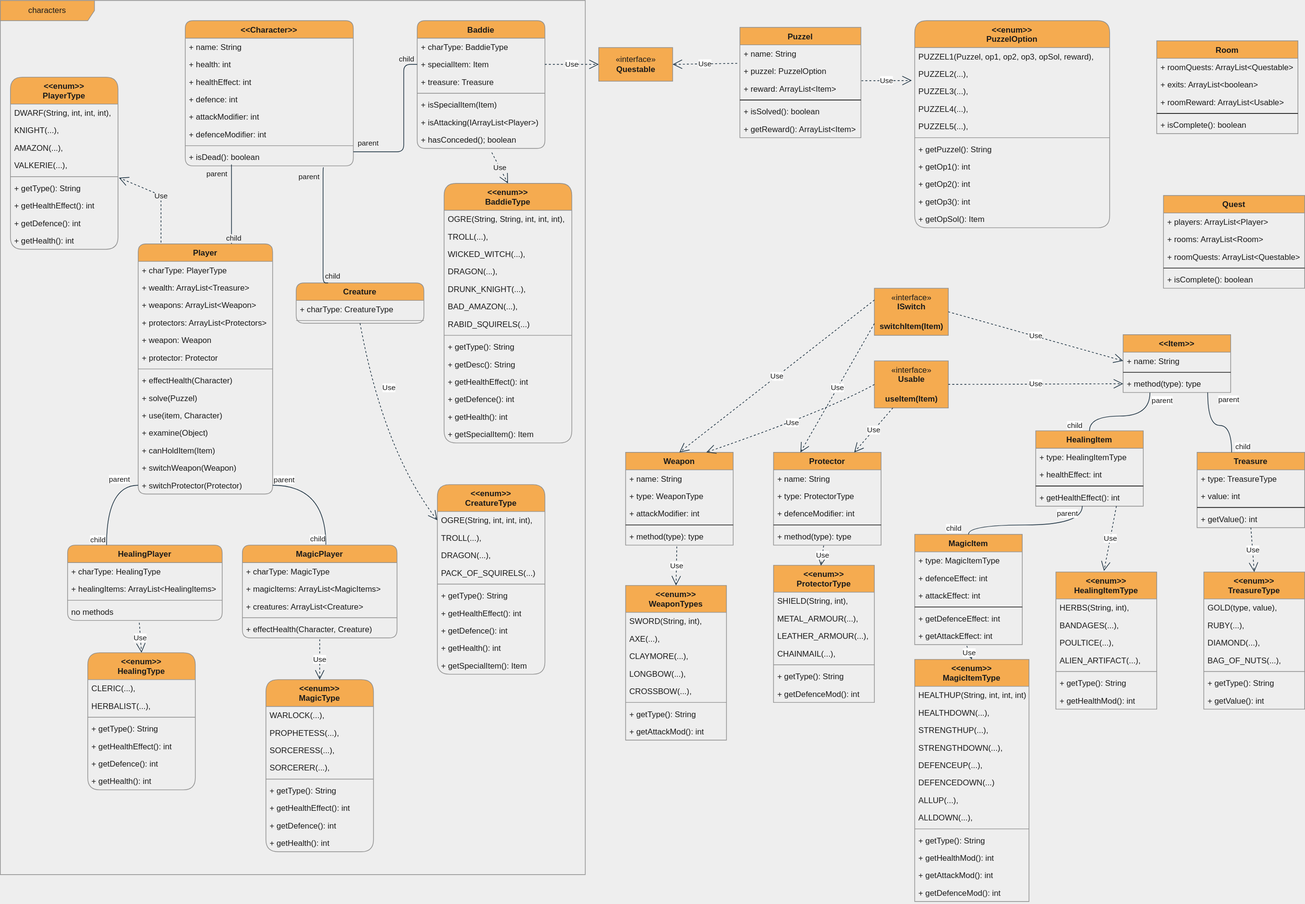
This is Code Quest - Class Diagram.svg from Peetfire/W12_D3_Code_Quest, a draw.io export, as it was before one commit. Source tidied: cells renumbered, new cells last; positions are measured from the earlier drawing's top-left corner, leaving out a move shared by most shapes.
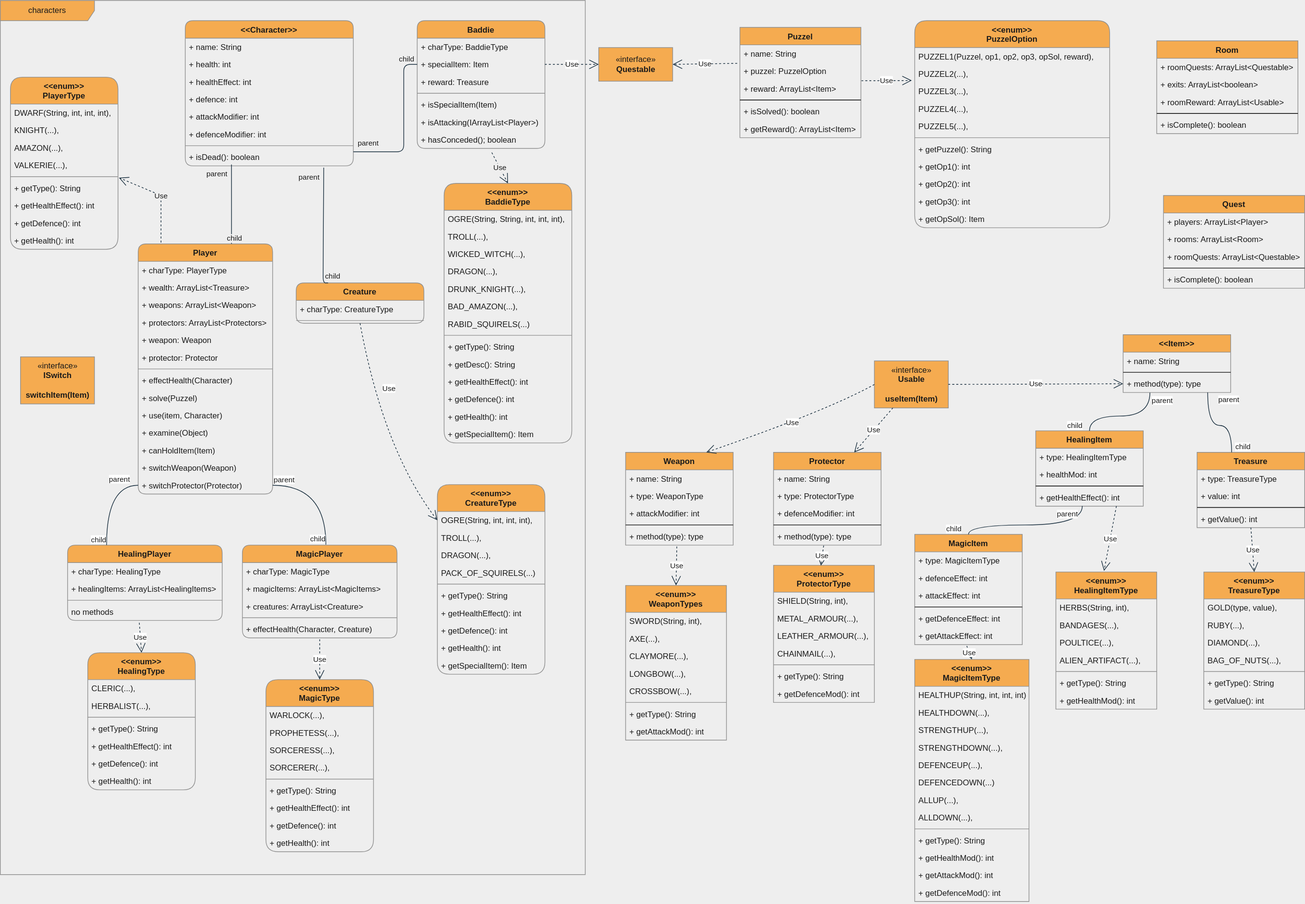
The same file after the commit.

Diff of the diagram source:
```diff
@@ -59,7 +59,7 @@
     <mxCell id="20" value="+ specialItem: Item" style="text;strokeColor=none;fillColor=none;align=left;verticalAlign=top;spacingLeft=4;spacingRight=4;overflow=hidden;points=[[0,0.5],[1,0.5]];portConstraint=eastwest;rounded=1;fontColor=#1A1A1A;" parent="18" vertex="1">
       <mxGeometry y="52" width="190" height="26" as="geometry" />
     </mxCell>
-    <mxCell id="21" value="+ treasure: Treasure" style="text;strokeColor=none;fillColor=none;align=left;verticalAlign=top;spacingLeft=4;spacingRight=4;overflow=hidden;rounded=1;fontColor=#1A1A1A;" parent="18" vertex="1">
+    <mxCell id="21" value="+ reward: Treasure" style="text;strokeColor=none;fillColor=none;align=left;verticalAlign=top;spacingLeft=4;spacingRight=4;overflow=hidden;rounded=1;fontColor=#1A1A1A;" parent="18" vertex="1">
       <mxGeometry y="78" width="190" height="26" as="geometry" />
     </mxCell>
     <mxCell id="22" style="line;strokeWidth=1;fillColor=none;align=left;verticalAlign=middle;spacingTop=-1;spacingLeft=3;spacingRight=3;labelPosition=right;rounded=1;labelBackgroundColor=#EEEEEE;strokeColor=#909090;fontColor=#1A1A1A;" parent="18" vertex="1">
@@ -401,7 +401,7 @@
     <mxCell id="118" value="+ type: HealingItemType" style="text;strokeColor=none;fillColor=none;align=left;verticalAlign=top;spacingLeft=4;spacingRight=4;overflow=hidden;rounded=0;sketch=0;fontColor=#1A1A1A;" parent="117" vertex="1">
       <mxGeometry y="26" width="160" height="26" as="geometry" />
     </mxCell>
-    <mxCell id="119" value="+ healthEffect: int" style="text;strokeColor=none;fillColor=none;align=left;verticalAlign=top;spacingLeft=4;spacingRight=4;overflow=hidden;rounded=0;sketch=0;fontColor=#1A1A1A;" parent="117" vertex="1">
+    <mxCell id="119" value="+ healthMod: int" style="text;strokeColor=none;fillColor=none;align=left;verticalAlign=top;spacingLeft=4;spacingRight=4;overflow=hidden;rounded=0;sketch=0;fontColor=#1A1A1A;" parent="117" vertex="1">
       <mxGeometry y="52" width="160" height="26" as="geometry" />
     </mxCell>
     <mxCell id="120" style="line;strokeWidth=1;fillColor=none;align=left;verticalAlign=middle;spacingTop=-1;spacingLeft=3;spacingRight=3;labelPosition=right;rounded=0;sketch=0;fontColor=#1A1A1A;" parent="117" vertex="1">
@@ -541,7 +541,7 @@
       </mxGeometry>
     </mxCell>
     <mxCell id="156" value="«interface»&lt;br&gt;&lt;b&gt;ISwitch&lt;br&gt;&lt;br&gt;switchItem(Item)&lt;br&gt;&lt;/b&gt;" style="html=1;rounded=0;sketch=0;fontColor=#1A1A1A;strokeColor=#909090;fillColor=#F5AB50;" parent="1" vertex="1">
-      <mxGeometry x="1300" y="428" width="110" height="70" as="geometry" />
+      <mxGeometry x="30" y="530" width="110" height="70" as="geometry" />
     </mxCell>
     <mxCell id="157" value="Weapon" style="swimlane;fontStyle=1;align=center;verticalAlign=top;horizontal=1;startSize=26;rounded=0;sketch=0;fontColor=#1A1A1A;strokeColor=#909090;fillColor=#F5AB50;" parent="1" vertex="1">
       <mxGeometry x="930" y="672" width="160" height="138" as="geometry" />
@@ -642,12 +642,6 @@
     <mxCell id="189" value="+ getAttackMod(): int" style="text;strokeColor=none;fillColor=none;align=left;verticalAlign=top;spacingLeft=4;spacingRight=4;overflow=hidden;rounded=1;fontColor=#1A1A1A;" parent="181" vertex="1">
       <mxGeometry y="204" width="150" height="26" as="geometry" />
     </mxCell>
-    <mxCell id="190" value="Use" style="endArrow=open;endSize=12;dashed=1;html=1;rounded=1;sketch=0;fontColor=#1A1A1A;strokeColor=#182E3E;curved=1;exitX=0;exitY=0.75;exitDx=0;exitDy=0;entryX=0.25;entryY=0;entryDx=0;entryDy=0;" parent="1" edge="1" source="156" target="163">
-      <mxGeometry relative="1" as="geometry" />
-    </mxCell>
-    <mxCell id="191" value="Use" style="endArrow=open;endSize=12;dashed=1;html=1;rounded=1;sketch=0;fontColor=#1A1A1A;strokeColor=#182E3E;curved=1;exitX=0;exitY=0.25;exitDx=0;exitDy=0;entryX=0.5;entryY=0;entryDx=0;entryDy=0;" parent="1" edge="1" source="156" target="157">
-      <mxGeometry relative="1" as="geometry" />
-    </mxCell>
     <mxCell id="192" value="&lt;&lt;enum&gt;&gt;&#10;ProtectorType" style="swimlane;fontStyle=1;align=center;verticalAlign=top;horizontal=1;startSize=40;rounded=1;fillColor=#F5AB50;strokeColor=#909090;fontColor=#1A1A1A;arcSize=0;" parent="1" vertex="1">
       <mxGeometry x="1150" y="840" width="150" height="204" as="geometry" />
     </mxCell>
@@ -793,9 +787,6 @@
     <mxCell id="238" value="Use" style="endArrow=open;endSize=12;dashed=1;html=1;rounded=1;sketch=0;fontColor=#1A1A1A;strokeColor=#182E3E;curved=1;exitX=1;exitY=0.5;exitDx=0;exitDy=0;entryX=0;entryY=0.5;entryDx=0;entryDy=0;" parent="1" edge="1" source="235" target="106">
       <mxGeometry relative="1" as="geometry" />
     </mxCell>
-    <mxCell id="239" value="Use" style="endArrow=open;endSize=12;dashed=1;html=1;rounded=1;sketch=0;fontColor=#1A1A1A;strokeColor=#182E3E;curved=1;exitX=1;exitY=0.5;exitDx=0;exitDy=0;entryX=0;entryY=0.5;entryDx=0;entryDy=0;" parent="1" edge="1" source="156" target="104">
-      <mxGeometry relative="1" as="geometry" />
-    </mxCell>
     <mxCell id="240" value="&lt;&lt;enum&gt;&gt;&#10;MagicType" style="swimlane;fontStyle=1;align=center;verticalAlign=top;horizontal=1;startSize=40;rounded=1;fillColor=#F5AB50;strokeColor=#909090;fontColor=#1A1A1A;" parent="1" vertex="1">
       <mxGeometry x="395" y="1010" width="160" height="256" as="geometry" />
     </mxCell>
```
